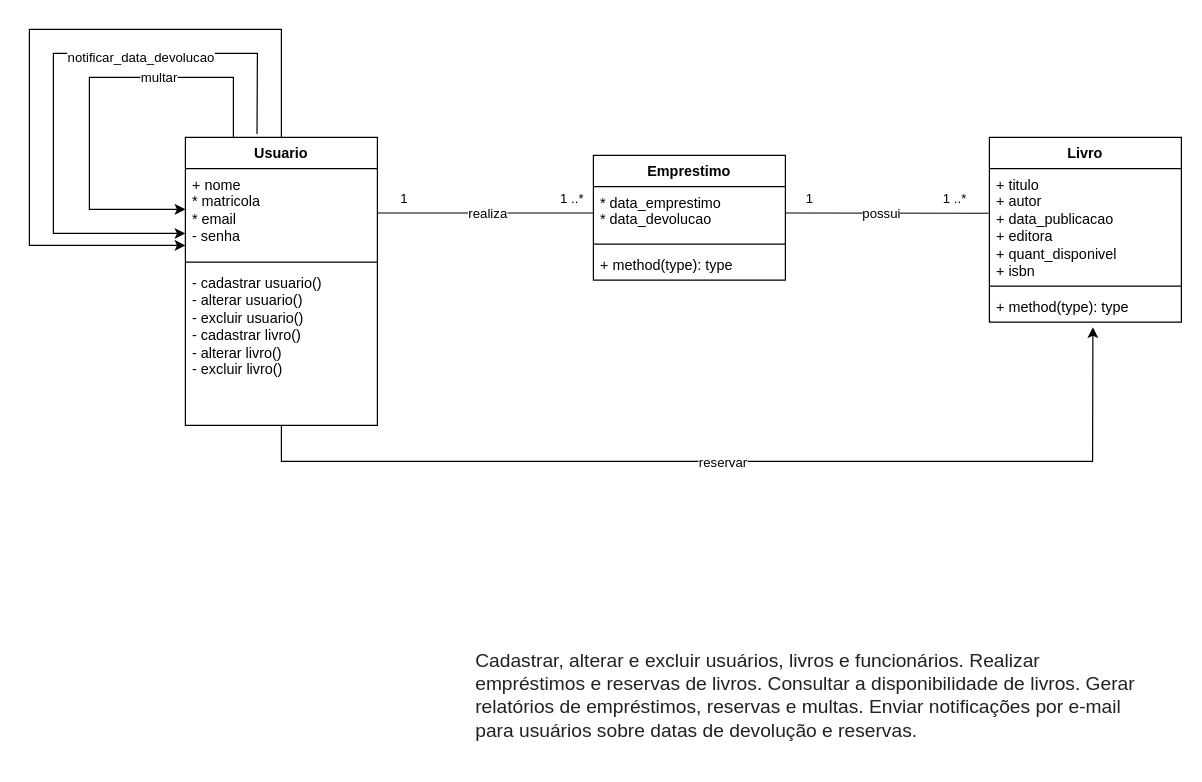
Earlier version of the draw.io diagram APOO/biblioteca_diagrama_classe.drawio (joao-marcos-azvd/Estudos-de-programacao). Source tidied: cells renumbered, new cells numbered last; positions are measured from the earlier drawing's top-left corner, leaving out a move shared by most shapes. Both pictures are drawn from the tidied source at 120%, with x=0, y=0 at pixel (29, 29).
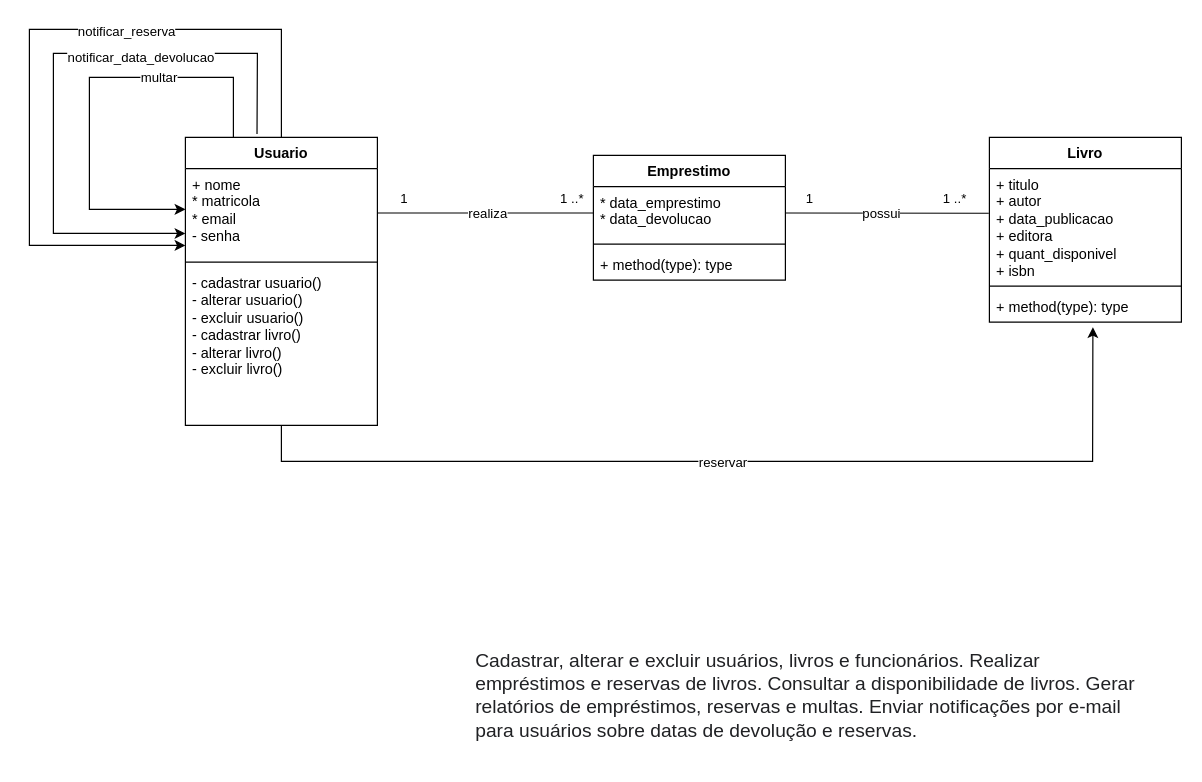
Above is the later version.

The change refers to these unchanged cells:
```xml
<mxCell id="8" style="edgeStyle=none;rounded=0;jettySize=auto;html=1;exitX=0.5;exitY=0;exitDx=0;exitDy=0;entryX=0;entryY=0.865;entryDx=0;entryDy=0;entryPerimeter=0;" parent="2" edge="1" source="2" target="3">
  <mxGeometry relative="1" as="geometry">
    <Array as="points">
      <mxPoint x="80" y="-90" />
      <mxPoint x="-130" y="-90" />
      <mxPoint x="-130" y="90" />
    </Array>
  </mxGeometry>
</mxCell>
```

What changed in the source:
```diff
@@
+    <mxCell id="30" value="notificar_reserva" style="edgeLabel;html=1;align=center;verticalAlign=middle;" parent="8" vertex="1">
+      <mxGeometry x="-0.28" y="1" relative="1" as="geometry" />
+    </mxCell>
```
